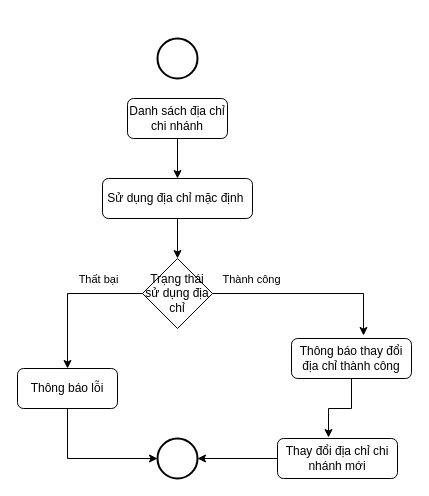
Above: Admin/QuanLyChiNhanh/DCCNAdminFL.drawio in duongquocvu0411/CDSG-CNPM (draw.io), before the change. Source tidied: cells renumbered, new cells numbered last; positions are measured from the earlier drawing's top-left corner, leaving out a move shared by most shapes. Both pictures are drawn from the tidied source at 100%, with x=0, y=0 at pixel (17, 38).
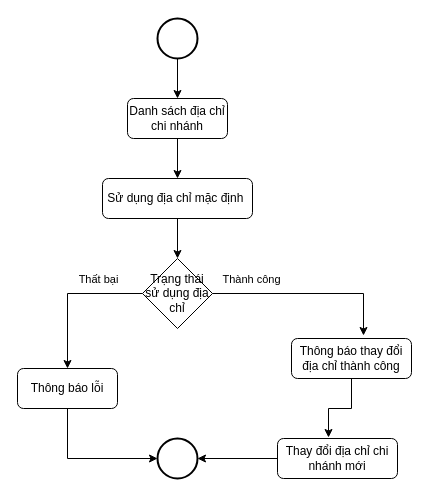
The same diagram, later.

Unchanged cells that the change refers to:
```xml
<mxCell id="4" value="Danh sách địa chỉ chi nhánh" style="rounded=1;whiteSpace=wrap;html=1;" parent="1" vertex="1">
  <mxGeometry x="110" y="60" width="100" height="40" as="geometry" />
</mxCell>
```

Diff of the diagram source:
```diff
@@
+    <mxCell id="19" style="edgeStyle=orthogonalEdgeStyle;rounded=0;jettySize=auto;html=1;entryX=0.5;entryY=0;entryDx=0;entryDy=0;" parent="1" edge="1" source="2" target="4">
+      <mxGeometry relative="1" as="geometry" />
+    </mxCell>
     <mxCell id="2" style="strokeWidth=2;html=1;shape=mxgraph.flowchart.start_2;whiteSpace=wrap;" parent="1" vertex="1">
-      <mxGeometry x="140" width="40" height="40" as="geometry" />
+      <mxGeometry x="140" y="-20" width="40" height="40" as="geometry" />
     </mxCell>
```
